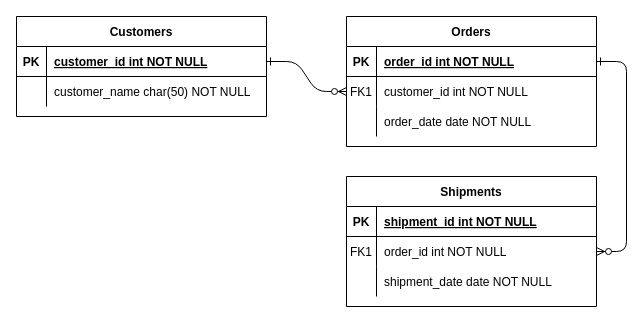
Before: ER다이어그램.drawio in GunwooJo/forecastBE, a draw.io diagram. Source tidied: cells renumbered, new cells numbered last; positions are measured from the earlier drawing's top-left corner, leaving out a move shared by most shapes. Both pictures are drawn from the tidied source at 100%, with x=0, y=0 at pixel (16, 16).
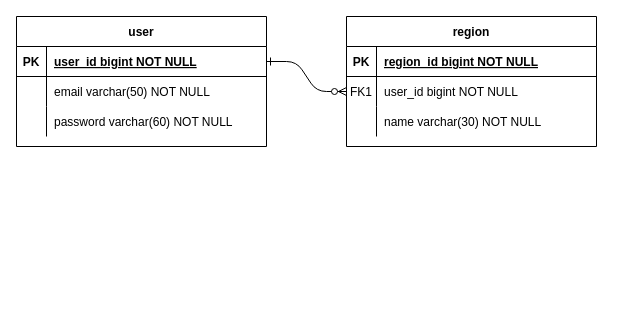
The same diagram, later.

Commit message:
user, region 테이블 작성

Unchanged cells that the change refers to:
```xml
<mxCell id="5" style="shape=partialRectangle;fillColor=none;points=[[0,0.5],[1,0.5]];portConstraint=eastwest;top=0;left=0;right=0;bottom=1;" parent="4" vertex="1">
  <mxGeometry y="30" width="250" height="30" as="geometry" />
</mxCell>
<mxCell id="8" style="shape=partialRectangle;fillColor=none;points=[[0,0.5],[1,0.5]];portConstraint=eastwest;top=0;left=0;right=0;bottom=0;" parent="4" vertex="1">
  <mxGeometry y="60" width="250" height="30" as="geometry" />
</mxCell>
<mxCell id="11" style="shape=partialRectangle;fillColor=none;top=0;left=0;right=0;bottom=0;" parent="4" vertex="1">
  <mxGeometry y="90" width="250" height="30" as="geometry" />
</mxCell>
<mxCell id="25" style="shape=partialRectangle;fillColor=none;points=[[0,0.5],[1,0.5]];portConstraint=eastwest;top=0;left=0;right=0;bottom=1;" parent="24" vertex="1">
  <mxGeometry y="30" width="250" height="30" as="geometry" />
</mxCell>
<mxCell id="28" style="shape=partialRectangle;fillColor=none;top=0;left=0;right=0;bottom=0;" parent="24" vertex="1">
  <mxGeometry y="60" width="250" height="30" as="geometry" />
</mxCell>
```

Diff of the diagram source:
```diff
@@
-    <mxCell id="3" style="edgeStyle=entityRelationEdgeStyle;endArrow=ERzeroToMany;startArrow=ERone;endFill=1;startFill=0;" parent="1" edge="1" source="5" target="18">
-      <mxGeometry relative="1" as="geometry" />
-    </mxCell>
-    <mxCell id="4" value="Orders" style="shape=table;startSize=30;childLayout=tableLayout;rowLines=0;fontStyle=1;align=center;" parent="1" vertex="1">
+    <mxCell id="4" value="region" style="shape=table;startSize=30;childLayout=tableLayout;rowLines=0;fontStyle=1;align=center;" parent="1" vertex="1">
       <mxGeometry x="330" width="250" height="130" as="geometry" />
     </mxCell>
@@
-    <mxCell id="7" value="order_id int NOT NULL " style="shape=partialRectangle;overflow=hidden;fillColor=none;top=0;left=0;bottom=0;right=0;align=left;spacingLeft=6;fontStyle=5;" parent="5" vertex="1">
+    <mxCell id="7" value="region_id bigint NOT NULL " style="shape=partialRectangle;overflow=hidden;fillColor=none;top=0;left=0;bottom=0;right=0;align=left;spacingLeft=6;fontStyle=5;" parent="5" vertex="1">
       <mxGeometry x="30" width="220" height="30" as="geometry" />
     </mxCell>
@@
-    <mxCell id="10" value="customer_id int NOT NULL" style="shape=partialRectangle;overflow=hidden;fillColor=none;top=0;left=0;bottom=0;right=0;align=left;spacingLeft=6;" parent="8" vertex="1">
+    <mxCell id="10" value="user_id bigint NOT NULL" style="shape=partialRectangle;overflow=hidden;fillColor=none;top=0;left=0;bottom=0;right=0;align=left;spacingLeft=6;" parent="8" vertex="1">
       <mxGeometry x="30" width="220" height="30" as="geometry" />
     </mxCell>
@@
-    <mxCell id="13" value="order_date date NOT NULL" style="shape=partialRectangle;overflow=hidden;fillColor=none;top=0;left=0;bottom=0;right=0;align=left;spacingLeft=6;" parent="11" vertex="1">
+    <mxCell id="13" value="name varchar(30) NOT NULL" style="shape=partialRectangle;overflow=hidden;fillColor=none;top=0;left=0;bottom=0;right=0;align=left;spacingLeft=6;" parent="11" vertex="1">
       <mxGeometry x="30" width="220" height="30" as="geometry" />
     </mxCell>
-    <mxCell id="14" value="Shipments" style="shape=table;startSize=30;childLayout=tableLayout;rowLines=0;fontStyle=1;align=center;" parent="1" vertex="1">
-      <mxGeometry x="330" y="160" width="250" height="130" as="geometry" />
-    </mxCell>
-    <mxCell id="15" style="shape=partialRectangle;fillColor=none;top=0;left=0;right=0;bottom=1;" parent="14" vertex="1">
-      <mxGeometry y="30" width="250" height="30" as="geometry" />
-    </mxCell>
-    <mxCell id="16" value="PK" style="shape=partialRectangle;overflow=hidden;fillColor=none;top=0;left=0;bottom=0;right=0;fontStyle=1;" parent="15" vertex="1">
-      <mxGeometry width="30" height="30" as="geometry" />
-    </mxCell>
-    <mxCell id="17" value="shipment_id int NOT NULL " style="shape=partialRectangle;overflow=hidden;fillColor=none;top=0;left=0;bottom=0;right=0;align=left;spacingLeft=6;fontStyle=5;" parent="15" vertex="1">
-      <mxGeometry x="30" width="220" height="30" as="geometry" />
-    </mxCell>
-    <mxCell id="18" style="shape=partialRectangle;fillColor=none;points=[[0,0.5],[1,0.5]];portConstraint=eastwest;top=0;left=0;right=0;bottom=0;" parent="14" vertex="1">
-      <mxGeometry y="60" width="250" height="30" as="geometry" />
-    </mxCell>
-    <mxCell id="19" value="FK1" style="shape=partialRectangle;overflow=hidden;fillColor=none;top=0;left=0;bottom=0;right=0;" parent="18" vertex="1">
-      <mxGeometry width="30" height="30" as="geometry" />
-    </mxCell>
-    <mxCell id="20" value="order_id int NOT NULL" style="shape=partialRectangle;overflow=hidden;fillColor=none;top=0;left=0;bottom=0;right=0;align=left;spacingLeft=6;" parent="18" vertex="1">
-      <mxGeometry x="30" width="220" height="30" as="geometry" />
-    </mxCell>
-    <mxCell id="21" style="shape=partialRectangle;fillColor=none;top=0;left=0;right=0;bottom=0;" parent="14" vertex="1">
-      <mxGeometry y="90" width="250" height="30" as="geometry" />
-    </mxCell>
-    <mxCell id="22" style="shape=partialRectangle;overflow=hidden;fillColor=none;top=0;left=0;bottom=0;right=0;" parent="21" vertex="1">
-      <mxGeometry width="30" height="30" as="geometry" />
-    </mxCell>
-    <mxCell id="23" value="shipment_date date NOT NULL" style="shape=partialRectangle;overflow=hidden;fillColor=none;top=0;left=0;bottom=0;right=0;align=left;spacingLeft=6;" parent="21" vertex="1">
-      <mxGeometry x="30" width="220" height="30" as="geometry" />
-    </mxCell>
-    <mxCell id="24" value="Customers" style="shape=table;startSize=30;childLayout=tableLayout;rowLines=0;fontStyle=1;align=center;" parent="1" vertex="1">
-      <mxGeometry width="250" height="100" as="geometry" />
+    <mxCell id="24" value="user" style="shape=table;startSize=30;childLayout=tableLayout;rowLines=0;fontStyle=1;align=center;" parent="1" vertex="1">
+      <mxGeometry width="250" height="130" as="geometry" />
     </mxCell>
@@
-    <mxCell id="27" value="customer_id int NOT NULL " style="shape=partialRectangle;overflow=hidden;fillColor=none;top=0;left=0;bottom=0;right=0;align=left;spacingLeft=6;fontStyle=5;" parent="25" vertex="1">
+    <mxCell id="27" value="user_id bigint NOT NULL " style="shape=partialRectangle;overflow=hidden;fillColor=none;top=0;left=0;bottom=0;right=0;align=left;spacingLeft=6;fontStyle=5;" parent="25" vertex="1">
       <mxGeometry x="30" width="220" height="30" as="geometry" />
     </mxCell>
@@
-    <mxCell id="30" value="customer_name char(50) NOT NULL" style="shape=partialRectangle;overflow=hidden;fillColor=none;top=0;left=0;bottom=0;right=0;align=left;spacingLeft=6;" parent="28" vertex="1">
+    <mxCell id="30" value="email varchar(50) NOT NULL" style="shape=partialRectangle;overflow=hidden;fillColor=none;top=0;left=0;bottom=0;right=0;align=left;spacingLeft=6;" parent="28" vertex="1">
       <mxGeometry x="30" width="220" height="30" as="geometry" />
     </mxCell>
+    <mxCell id="21" style="shape=partialRectangle;fillColor=none;top=0;left=0;right=0;bottom=0;" parent="24" vertex="1">
+      <mxGeometry y="90" width="250" height="30" as="geometry" />
+    </mxCell>
+    <mxCell id="22" style="shape=partialRectangle;overflow=hidden;fillColor=none;top=0;left=0;bottom=0;right=0;" parent="21" vertex="1">
+      <mxGeometry width="30" height="30" as="geometry" />
+    </mxCell>
+    <mxCell id="31" value="password varchar(60) NOT NULL" style="shape=partialRectangle;overflow=hidden;fillColor=none;top=0;left=0;bottom=0;right=0;align=left;spacingLeft=6;" parent="21" vertex="1">
+      <mxGeometry x="30" width="220" height="30" as="geometry" />
+    </mxCell>
```
